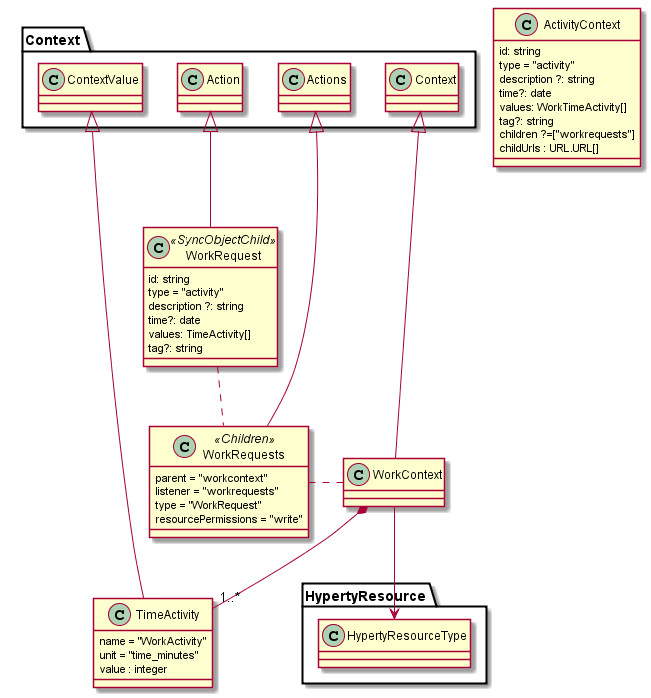
This is docs/work-context.png from reTHINK-project/dev-smart-contextual-assistance-app, a PlantUML export, as it was before one commit.
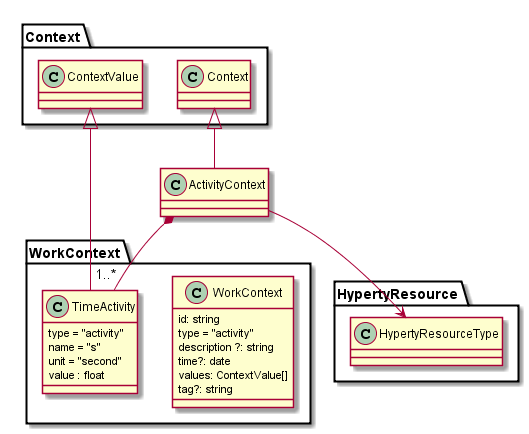
Above is the later version.

Change to the diagram source:
```diff
@@ -1,48 +1,30 @@
 @startuml "work-context.png"
 
-class ActivityContext {
+Package WorkContext {
+
+class WorkContext {
   id: string
   type = "activity"
   description ?: string
   time?: date
-  values: WorkTimeActivity[]
+  values: ContextValue[]
   tag?: string
-  children ?=["workrequests"]
-  childUrls : URL.URL[]
 }
 
 
 class TimeActivity {
-  name = "WorkActivity"
-  unit = "time_minutes"
-  value : integer
+  type = "activity"
+  name = "s"
+  unit = "second"
+  value : float
 }
 
-class WorkRequests <<Children>> {
-  parent = "workcontext"
-  listener = "workrequests"
-  type = "WorkRequest"
-  resourcePermissions = "write"
 }
+ActivityContext *-- "1..*" TimeActivity
 
-class WorkRequest <<SyncObjectChild>> {
-  id: string
-  type = "activity"
-  description ?: string
-  time?: date
-  values: TimeActivity[]
-  tag?: string
-}
-
-WorkContext *-- "1..*" TimeActivity
-
-WorkContext -up-|> Context.Context
-WorkRequests -up-|> Context.Actions
-WorkRequest -up-|> Context.Action
+ActivityContext -up-|> Context.Context
 TimeActivity -up-|> Context.ContextValue
-WorkContext .left. WorkRequests
-WorkRequest .. WorkRequests
-WorkContext --> HypertyResource.HypertyResourceType
+ActivityContext --> HypertyResource.HypertyResourceType
 
 
 @enduml
```
